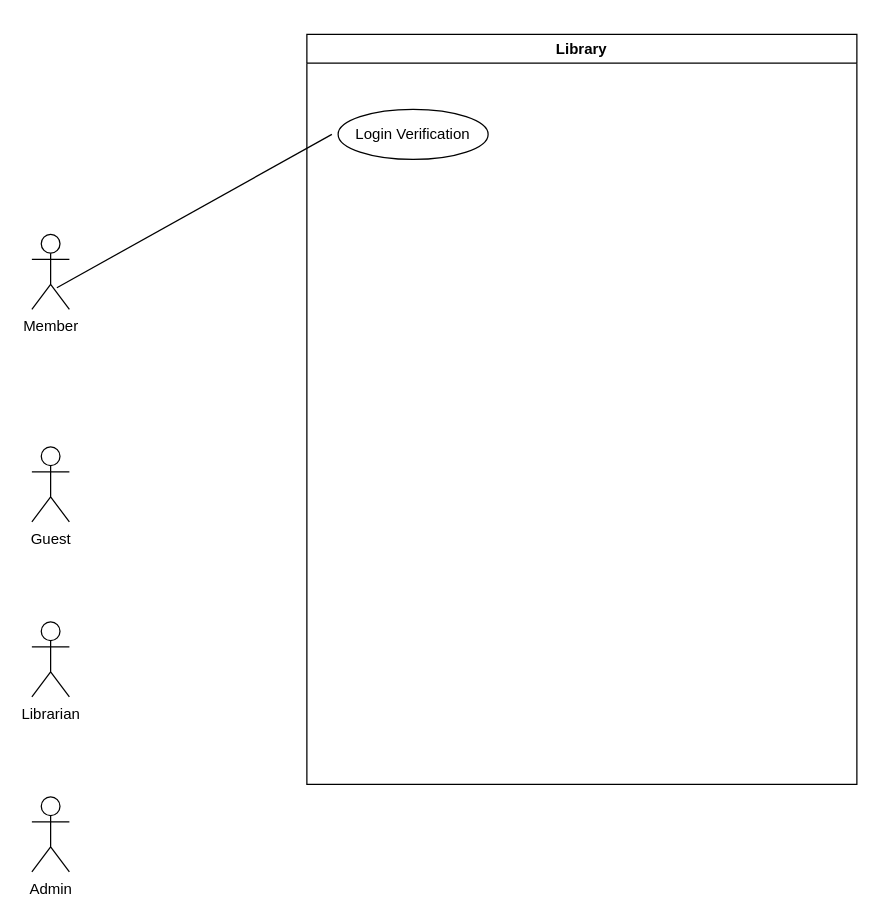
Earlier version of the draw.io diagram SDM 1.drawio (bushra275/System-Developement-Methods--Draw.io). Source tidied: cells renumbered, new cells numbered last; positions are measured from the earlier drawing's top-left corner, leaving out a move shared by most shapes. Both pictures are drawn from the tidied source at 125%, with x=0, y=0 at pixel (31, 34).
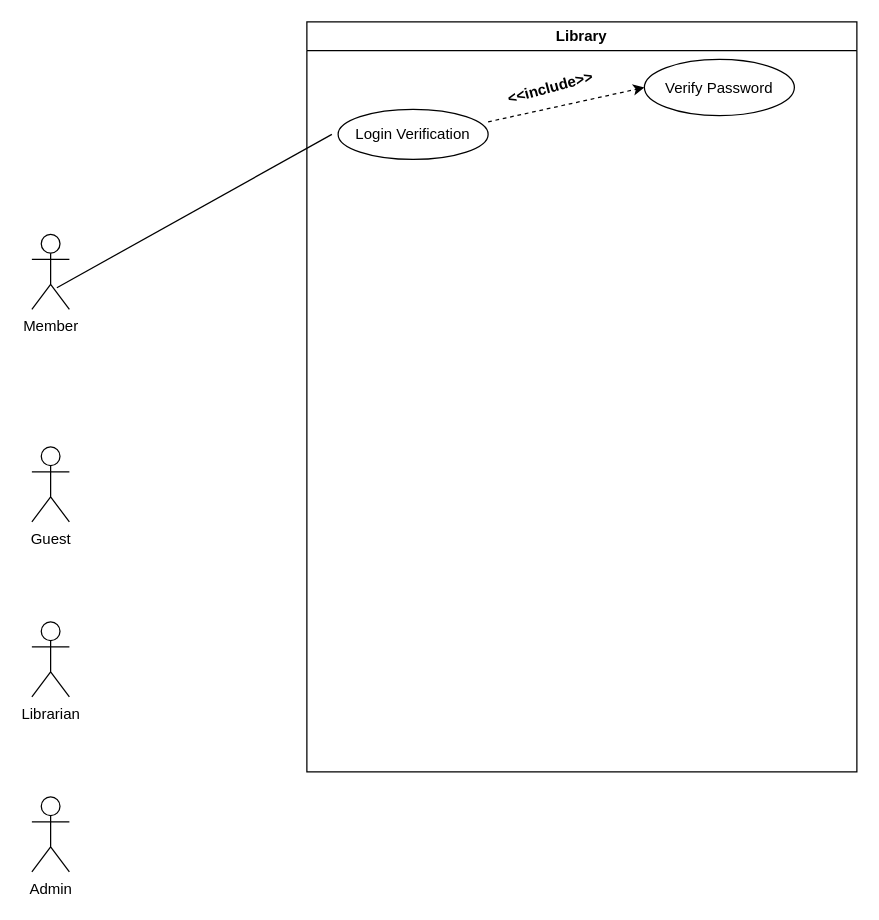
Above is the later version.

What changed in the source:
```diff
@@
 <mxGraphModel>
   <root>
     <mxCell id="0" />
     <mxCell id="1" parent="0" />
     <mxCell id="2" value="&lt;div&gt;Member&lt;/div&gt;" style="shape=umlActor;verticalLabelPosition=bottom;verticalAlign=top;html=1;" parent="1" vertex="1">
       <mxGeometry y="160" width="30" height="60" as="geometry" />
     </mxCell>
     <mxCell id="3" value="&lt;div&gt;Guest&lt;/div&gt;" style="shape=umlActor;verticalLabelPosition=bottom;verticalAlign=top;html=1;" parent="1" vertex="1">
       <mxGeometry y="330" width="30" height="60" as="geometry" />
     </mxCell>
     <mxCell id="4" value="Librarian" style="shape=umlActor;verticalLabelPosition=bottom;verticalAlign=top;html=1;" parent="1" vertex="1">
       <mxGeometry y="470" width="30" height="60" as="geometry" />
     </mxCell>
     <mxCell id="5" value="Admin" style="shape=umlActor;verticalLabelPosition=bottom;verticalAlign=top;html=1;" parent="1" vertex="1">
       <mxGeometry y="610" width="30" height="60" as="geometry" />
     </mxCell>
     <mxCell id="6" value="Login Verification" style="ellipse;whiteSpace=wrap;html=1;" parent="1" vertex="1">
       <mxGeometry x="245" y="60" width="120" height="40" as="geometry" />
     </mxCell>
     <mxCell id="7" value="Library" style="swimlane;whiteSpace=wrap;html=1;startSize=23;" parent="1" vertex="1">
-      <mxGeometry x="220" width="440" height="600" as="geometry" />
+      <mxGeometry x="220" y="-10" width="440" height="600" as="geometry" />
     </mxCell>
+    <mxCell id="9" value="Verify Password" style="ellipse;whiteSpace=wrap;html=1;" parent="7" vertex="1">
+      <mxGeometry x="270" y="30" width="120" height="45" as="geometry" />
+    </mxCell>
+    <mxCell id="10" value="&lt;b&gt;&amp;lt;&amp;lt;include&amp;gt;&amp;gt;&lt;/b&gt;" style="text;html=1;align=center;verticalAlign=middle;whiteSpace=wrap;rounded=0;rotation=-15;" parent="7" vertex="1">
+      <mxGeometry x="170" y="42.5" width="50" height="20" as="geometry" />
+    </mxCell>
     <mxCell id="8" style="endArrow=none;html=1;rounded=0;" parent="1" edge="1">
       <mxGeometry relative="1" as="geometry">
         <mxPoint x="20" y="202.7" as="sourcePoint" />
         <mxPoint x="240" y="80" as="targetPoint" />
       </mxGeometry>
     </mxCell>
+    <mxCell id="11" style="html=1;labelBackgroundColor=#ffffff;startArrow=none;startFill=0;startSize=6;endArrow=classic;endFill=1;endSize=6;jettySize=auto;strokeWidth=1;dashed=1;fontSize=14;rounded=0;entryX=0;entryY=0.5;entryDx=0;entryDy=0;" parent="1" edge="1" target="9">
+      <mxGeometry relative="1" as="geometry">
+        <mxPoint x="365" y="70" as="sourcePoint" />
+      </mxGeometry>
+    </mxCell>
   </root>
 </mxGraphModel>
```
